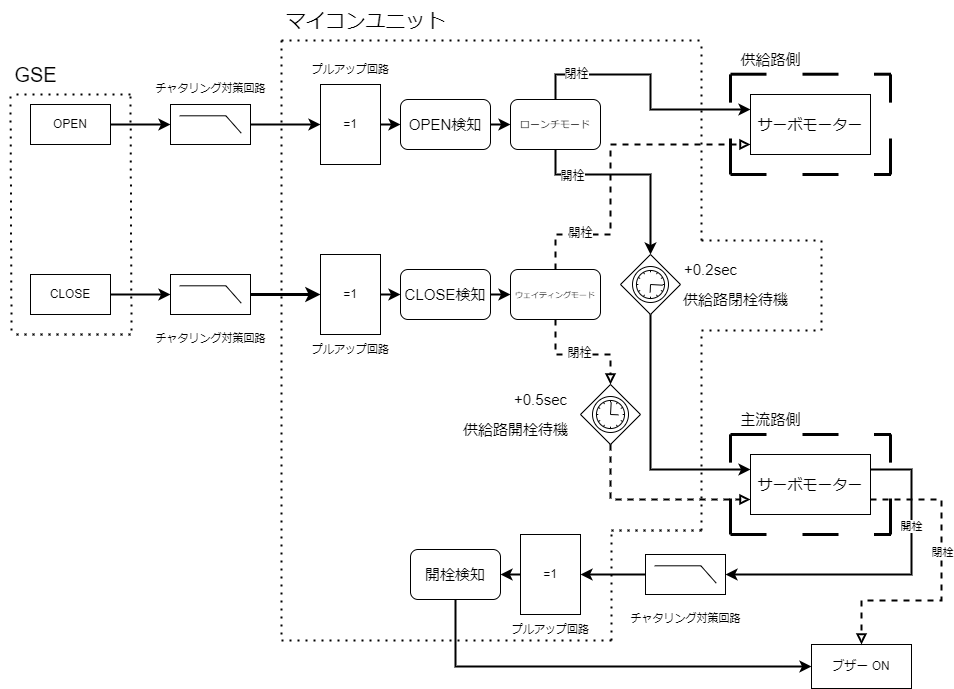
Above: Documents/Materials/images/Logics/ValveControlLogic.png in tokai-student-rocket-project/H-58-Avionics (draw.io), before the change. Source tidied: cells renumbered, new cells last; positions are measured from the earlier drawing's top-left corner, leaving out a move shared by most shapes.
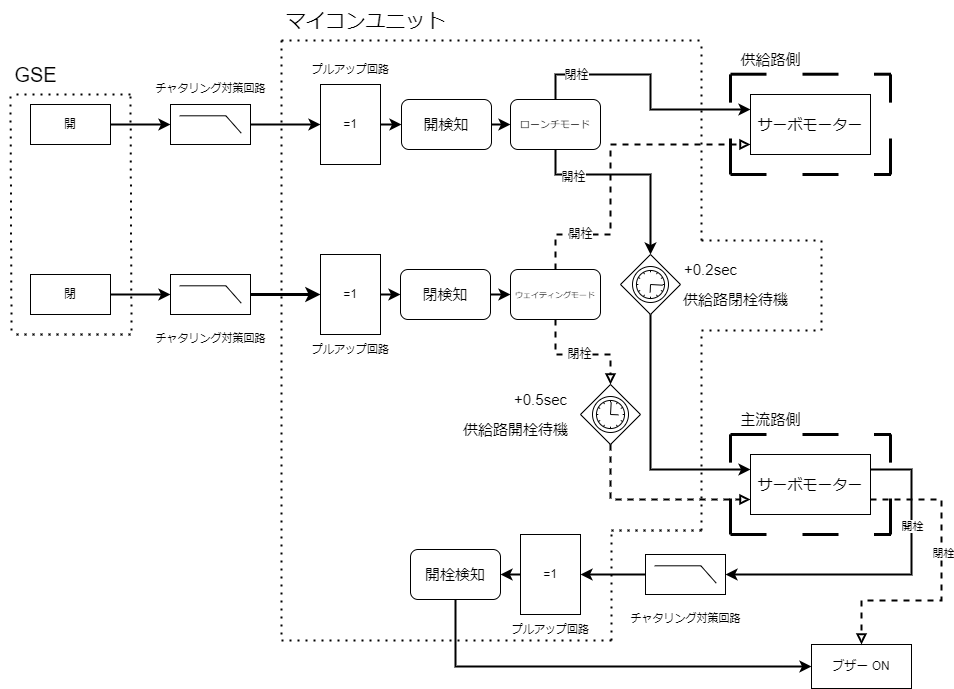
Above is the later version.

Change to the diagram source:
```diff
@@ -61,16 +61,16 @@
     <mxCell id="15" style="edgeStyle=none;html=1;entryX=0;entryY=0.5;entryDx=0;entryDy=0;strokeWidth=2;" parent="1" edge="1" source="16" target="55">
       <mxGeometry relative="1" as="geometry" />
     </mxCell>
-    <mxCell id="16" value="&lt;font style=&quot;font-size: 15px;&quot;&gt;OPEN検知&lt;/font&gt;" style="rounded=1;whiteSpace=wrap;html=1;fontSize=11;" parent="1" vertex="1">
-      <mxGeometry x="400" y="99" width="90" height="50" as="geometry" />
+    <mxCell id="16" value="&lt;font style=&quot;font-size: 15px;&quot;&gt;開検知&lt;/font&gt;" style="rounded=1;whiteSpace=wrap;html=1;fontSize=11;" parent="1" vertex="1">
+      <mxGeometry x="401" y="99" width="90" height="50" as="geometry" />
     </mxCell>
     <mxCell id="17" value="プルアップ回路" style="text;html=1;align=center;verticalAlign=middle;strokeColor=none;fillColor=none;fontSize=11;" parent="1" vertex="1">
       <mxGeometry x="300" y="54" width="100" height="30" as="geometry" />
     </mxCell>
-    <mxCell id="18" value="OPEN" style="whiteSpace=wrap;html=1;" parent="1" vertex="1">
+    <mxCell id="18" value="開" style="whiteSpace=wrap;html=1;" parent="1" vertex="1">
       <mxGeometry x="30" y="104" width="80" height="40" as="geometry" />
     </mxCell>
-    <mxCell id="19" value="CLOSE" style="whiteSpace=wrap;html=1;" parent="1" vertex="1">
+    <mxCell id="19" value="閉" style="whiteSpace=wrap;html=1;" parent="1" vertex="1">
       <mxGeometry x="30" y="274" width="80" height="40" as="geometry" />
     </mxCell>
     <mxCell id="20" style="endArrow=none;dashed=1;html=1;dashPattern=1 3;strokeWidth=2;" parent="1" edge="1">
@@ -130,7 +130,7 @@
     <mxCell id="29" style="edgeStyle=none;rounded=0;html=1;entryX=0;entryY=0.5;entryDx=0;entryDy=0;strokeWidth=2;fontSize=15;endArrow=classic;endFill=1;" parent="1" edge="1" source="30" target="54">
       <mxGeometry relative="1" as="geometry" />
     </mxCell>
-    <mxCell id="30" value="&lt;font style=&quot;font-size: 15px;&quot;&gt;CLOSE検知&lt;/font&gt;" style="rounded=1;whiteSpace=wrap;html=1;fontSize=11;" parent="1" vertex="1">
+    <mxCell id="30" value="&lt;font style=&quot;font-size: 15px;&quot;&gt;閉検知&lt;/font&gt;" style="rounded=1;whiteSpace=wrap;html=1;fontSize=11;" parent="1" vertex="1">
       <mxGeometry x="400" y="269" width="90" height="50" as="geometry" />
     </mxCell>
     <mxCell id="31" style="edgeStyle=none;rounded=0;html=1;strokeWidth=2;fontSize=15;endArrow=classic;endFill=1;entryX=0;entryY=0.25;entryDx=0;entryDy=0;" parent="1" edge="1" source="32" target="72">
```
